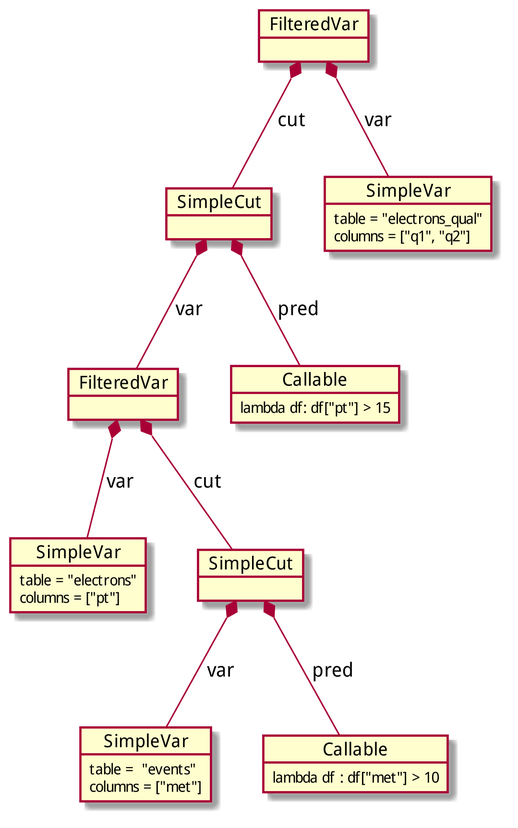
The PlantUML diagram docs/diagrams/fv-uc-02.png in marcpaterno/pandana3-design, before a commit. The source it was exported from:
```plantuml
@startuml
skinparam dpi 300

object "SimpleVar" as var {
  table = "electrons"
  columns = ["pt"]
}

object "SimpleCut" as cut {
}

object "SimpleVar" as met {
  table =  "events"
  columns = ["met"]
}

object "FilteredVar" as fv {
}

object "Callable" as pred {
 lambda df : df["met"] > 10
}

object "FilteredVar" as fv2 {
}

object "SimpleCut" as cut2 {
}

object "SimpleVar" as qual {
  table = "electrons_qual"
  columns = ["q1", "q2"]
}

object "Callable" as pred2 {
  lambda df: df["pt"] > 15
}

cut *-- met : var
cut *-- pred : pred
fv *-- var : var
fv *-- cut : cut

fv2 *-- qual : var
fv2 *-- cut2 : cut

cut2 *-- fv : var
cut2 *-- pred2 : pred

@enduml
```
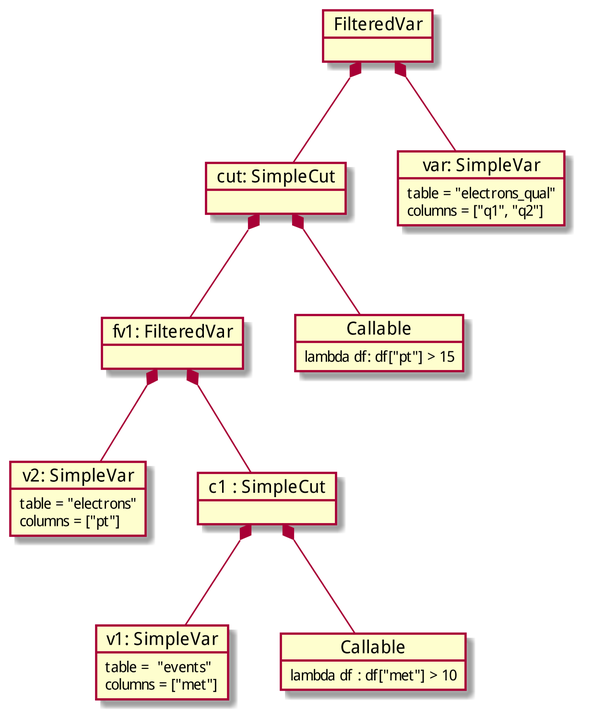
The same file after the commit.

The edit, as a diff of the source:
```diff
@@ -1,20 +1,20 @@
 @startuml
 skinparam dpi 300
 
-object "SimpleVar" as var {
+object "v2: SimpleVar" as var {
   table = "electrons"
   columns = ["pt"]
 }
 
-object "SimpleCut" as cut {
+object "c1 : SimpleCut" as cut {
 }
 
-object "SimpleVar" as met {
+object "v1: SimpleVar" as met {
   table =  "events"
   columns = ["met"]
 }
 
-object "FilteredVar" as fv {
+object "fv1: FilteredVar" as fv1 {
 }
 
 object "Callable" as pred {
@@ -24,10 +24,10 @@
 object "FilteredVar" as fv2 {
 }
 
-object "SimpleCut" as cut2 {
+object "cut: SimpleCut" as cut2 {
 }
 
-object "SimpleVar" as qual {
+object "var: SimpleVar" as qual {
   table = "electrons_qual"
   columns = ["q1", "q2"]
 }
@@ -36,15 +36,15 @@
   lambda df: df["pt"] > 15
 }
 
-cut *-- met : var
-cut *-- pred : pred
-fv *-- var : var
-fv *-- cut : cut
+cut *-- met
+cut *-- pred
+fv1 *-- var
+fv1 *-- cut
 
-fv2 *-- qual : var
-fv2 *-- cut2 : cut
+fv2 *-- qual
+fv2 *-- cut2
 
-cut2 *-- fv : var
-cut2 *-- pred2 : pred
+cut2 *-- fv1
+cut2 *-- pred2
 
 @enduml
```
